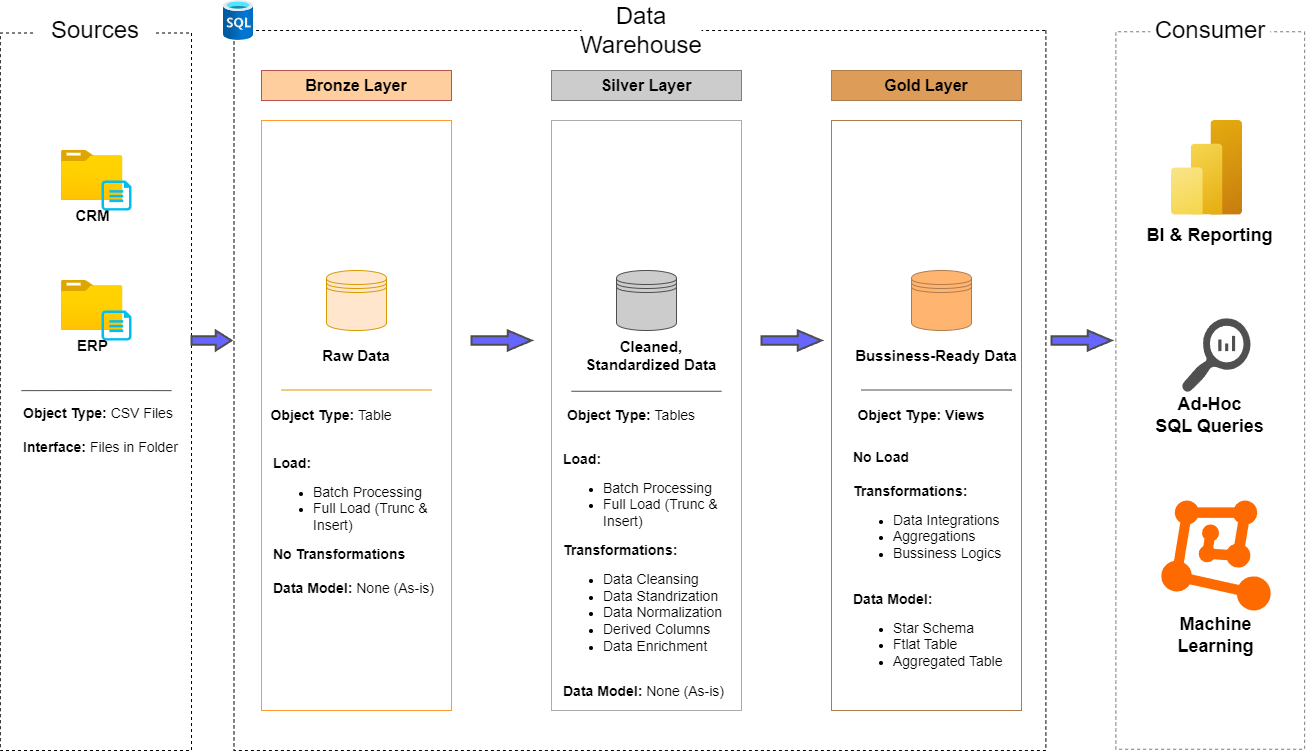
Earlier version of the draw.io export docs/DWP Architecture.png (ioannischon/Data_Warehouse_Project_SQL). Source tidied: cells renumbered, new cells last; positions are measured from the earlier drawing's top-left corner, leaving out a move shared by most shapes. Source of this version:
```xml
<mxGraphModel background="#ffffff">
  <root>
    <mxCell id="0" />
    <mxCell id="1" parent="0" />
    <mxCell id="2" style="rounded=0;whiteSpace=wrap;html=1;rotation=90;fillColor=none;dashed=1;" parent="1" vertex="1">
      <mxGeometry x="-0.4" y="311.6" width="717.5" height="191.2" as="geometry" />
    </mxCell>
    <mxCell id="3" style="rounded=0;whiteSpace=wrap;html=1;rotation=90;fillColor=none;dashed=1;" parent="1" vertex="1">
      <mxGeometry x="542.5" y="0.1" width="720" height="811.9" as="geometry" />
    </mxCell>
    <mxCell id="4" style="rounded=0;whiteSpace=wrap;html=1;rotation=90;fillColor=none;dashed=1;strokeColor=light-dark(#7d7d7d, #3e3e3e);" parent="1" vertex="1">
      <mxGeometry x="1114" y="311.6" width="717.5" height="188.8" as="geometry" />
    </mxCell>
    <mxCell id="5" value="&lt;font style=&quot;font-size: 24px;&quot;&gt;Sources&lt;/font&gt;" style="rounded=1;whiteSpace=wrap;html=1;fillColor=default;strokeColor=none;" parent="1" vertex="1">
      <mxGeometry x="298.4" y="26" width="120" height="40" as="geometry" />
    </mxCell>
    <mxCell id="6" value="&lt;font style=&quot;font-size: 24px;&quot;&gt;Consumer&lt;/font&gt;" style="rounded=1;whiteSpace=wrap;html=1;fillColor=default;strokeColor=none;" parent="1" vertex="1">
      <mxGeometry x="1412.8" y="26" width="120" height="40" as="geometry" />
    </mxCell>
    <mxCell id="7" value="&lt;font style=&quot;font-size: 24px;&quot;&gt;Data Warehouse&lt;/font&gt;" style="rounded=1;whiteSpace=wrap;html=1;fillColor=default;strokeColor=none;" parent="1" vertex="1">
      <mxGeometry x="844" y="26" width="120" height="40" as="geometry" />
    </mxCell>
    <mxCell id="8" value="&lt;font style=&quot;font-size: 16px;&quot;&gt;Bronze Layer&lt;/font&gt;" style="rounded=0;whiteSpace=wrap;html=1;fillColor=#FFCE9F;strokeColor=#b85450;fontStyle=1;fontSize=15;gradientColor=none;" parent="1" vertex="1">
      <mxGeometry x="524" y="86" width="190" height="30" as="geometry" />
    </mxCell>
    <mxCell id="9" style="rounded=0;whiteSpace=wrap;html=1;fillColor=none;strokeColor=light-dark(#FF9933,#EDEDED);" parent="1" vertex="1">
      <mxGeometry x="524" y="136" width="190" height="590" as="geometry" />
    </mxCell>
    <mxCell id="10" value="&lt;font style=&quot;font-size: 16px;&quot;&gt;Silver Layer&lt;/font&gt;" style="rounded=0;whiteSpace=wrap;html=1;fontSize=15;fontStyle=1;strokeColor=light-dark(#7d7d7d, #3e3e3e);fillColor=#CCCCCC;" parent="1" vertex="1">
      <mxGeometry x="814" y="86" width="190" height="30" as="geometry" />
    </mxCell>
    <mxCell id="11" value="&lt;font style=&quot;font-size: 16px;&quot;&gt;Gold Layer&lt;/font&gt;" style="rounded=0;whiteSpace=wrap;html=1;fontSize=15;fontStyle=1;fillColor=#DE9C59;strokeColor=#AD7B4C;" parent="1" vertex="1">
      <mxGeometry x="1094" y="86" width="190" height="30" as="geometry" />
    </mxCell>
    <mxCell id="12" style="rounded=0;whiteSpace=wrap;html=1;fillColor=none;strokeColor=#ABABAB;" parent="1" vertex="1">
      <mxGeometry x="814" y="136" width="190" height="590" as="geometry" />
    </mxCell>
    <mxCell id="13" style="rounded=0;whiteSpace=wrap;html=1;fillColor=none;strokeColor=#AD7B4C;" parent="1" vertex="1">
      <mxGeometry x="1094" y="136" width="190" height="590" as="geometry" />
    </mxCell>
    <mxCell id="14" value="&lt;font style=&quot;font-size: 15px;&quot;&gt;&lt;b&gt;CRM&lt;/b&gt;&lt;/font&gt;" style="image;html=1;align=center;fontSize=12;image=img/lib/azure2/general/Folder_Blank.svg;" parent="1" vertex="1">
      <mxGeometry x="323.9" y="166" width="61.6" height="50" as="geometry" />
    </mxCell>
    <mxCell id="15" style="verticalLabelPosition=bottom;html=1;verticalAlign=top;align=center;strokeColor=none;fillColor=#00BEF2;shape=mxgraph.azure.cloud_services_configuration_file;" parent="1" vertex="1">
      <mxGeometry x="364" y="196" width="30" height="30" as="geometry" />
    </mxCell>
    <mxCell id="16" value="&lt;font style=&quot;font-size: 15px;&quot;&gt;&lt;b&gt;ERP&lt;/b&gt;&lt;/font&gt;" style="image;html=1;align=center;fontSize=12;image=img/lib/azure2/general/Folder_Blank.svg;" parent="1" vertex="1">
      <mxGeometry x="323.9" y="296" width="61.6" height="50" as="geometry" />
    </mxCell>
    <mxCell id="17" style="verticalLabelPosition=bottom;html=1;verticalAlign=top;align=center;strokeColor=none;fillColor=#00BEF2;shape=mxgraph.azure.cloud_services_configuration_file;" parent="1" vertex="1">
      <mxGeometry x="364" y="326" width="30" height="30" as="geometry" />
    </mxCell>
    <mxCell id="18" style="endArrow=none;html=1;rounded=0;exitX=0.465;exitY=0.87;exitDx=0;exitDy=0;exitPerimeter=0;entryX=0.465;entryY=0.085;entryDx=0;entryDy=0;entryPerimeter=0;strokeColor=#4D4D4D;" parent="1" edge="1">
      <mxGeometry relative="1" as="geometry">
        <mxPoint x="283.9" y="406.1" as="sourcePoint" />
        <mxPoint x="434" y="406.1" as="targetPoint" />
        <Array as="points">
          <mxPoint x="360.3" y="406" />
        </Array>
      </mxGeometry>
    </mxCell>
    <mxCell id="19" value="&lt;font style=&quot;font-size: 14px;&quot;&gt;&lt;b&gt;Object Type: &lt;/b&gt;CSV Files&lt;b&gt;&amp;nbsp;&lt;/b&gt;&lt;/font&gt;&lt;div&gt;&lt;font style=&quot;font-size: 14px;&quot;&gt;&lt;b&gt;&lt;br&gt;&lt;/b&gt;&lt;/font&gt;&lt;div&gt;&lt;font style=&quot;font-size: 14px;&quot;&gt;&lt;b&gt;Interface: &lt;/b&gt;Files in Folder&lt;/font&gt;&lt;/div&gt;&lt;/div&gt;" style="text;html=1;align=left;verticalAlign=middle;whiteSpace=wrap;rounded=0;" parent="1" vertex="1">
      <mxGeometry x="283.9" y="366" width="190.1" height="160" as="geometry" />
    </mxCell>
    <mxCell id="20" style="shape=datastore;whiteSpace=wrap;html=1;strokeColor=#d79b00;fillColor=#ffe6cc;" parent="1" vertex="1">
      <mxGeometry x="589" y="286" width="60" height="60" as="geometry" />
    </mxCell>
    <mxCell id="21" style="shape=datastore;whiteSpace=wrap;html=1;strokeColor=#AD7B4C;fillColor=#FFB570;" parent="1" vertex="1">
      <mxGeometry x="1174" y="286" width="60" height="60" as="geometry" />
    </mxCell>
    <mxCell id="22" style="shape=datastore;whiteSpace=wrap;html=1;fillColor=#CCCCCC;strokeColor=#4D4D4D;fontColor=#333333;" parent="1" vertex="1">
      <mxGeometry x="879" y="286" width="60" height="60" as="geometry" />
    </mxCell>
    <mxCell id="23" style="shape=mxgraph.arrows.arrow_right;html=1;verticalLabelPosition=bottom;verticalAlign=top;strokeWidth=2;strokeColor=#4D4D4D;fillColor=#6666FF;" parent="1" vertex="1">
      <mxGeometry x="454" y="346" width="40" height="20" as="geometry" />
    </mxCell>
    <mxCell id="24" style="shape=mxgraph.arrows.arrow_right;html=1;verticalLabelPosition=bottom;verticalAlign=top;strokeWidth=2;strokeColor=#4D4D4D;fillColor=#6666FF;" parent="1" vertex="1">
      <mxGeometry x="1024" y="346" width="60" height="20" as="geometry" />
    </mxCell>
    <mxCell id="25" style="shape=mxgraph.arrows.arrow_right;html=1;verticalLabelPosition=bottom;verticalAlign=top;strokeWidth=2;strokeColor=#4D4D4D;fillColor=#6666FF;" parent="1" vertex="1">
      <mxGeometry x="734" y="346" width="60" height="20" as="geometry" />
    </mxCell>
    <mxCell id="26" style="shape=mxgraph.arrows.arrow_right;html=1;verticalLabelPosition=bottom;verticalAlign=top;strokeWidth=2;strokeColor=#4D4D4D;fillColor=#6666FF;" parent="1" vertex="1">
      <mxGeometry x="1314" y="346" width="60" height="20" as="geometry" />
    </mxCell>
    <mxCell id="27" value="&lt;b&gt;&lt;font style=&quot;font-size: 15px;&quot;&gt;Raw Data&lt;/font&gt;&lt;/b&gt;" style="text;html=1;align=center;verticalAlign=middle;whiteSpace=wrap;rounded=0;" parent="1" vertex="1">
      <mxGeometry x="564" y="356" width="110" height="30" as="geometry" />
    </mxCell>
    <mxCell id="28" value="&lt;b&gt;&lt;font style=&quot;font-size: 15px;&quot;&gt;Bussiness-Ready Data&lt;/font&gt;&lt;/b&gt;" style="text;html=1;align=center;verticalAlign=middle;whiteSpace=wrap;rounded=0;" parent="1" vertex="1">
      <mxGeometry x="1114" y="356" width="170" height="30" as="geometry" />
    </mxCell>
    <mxCell id="29" value="&lt;b&gt;&lt;font style=&quot;font-size: 15px;&quot;&gt;Cleaned, Standardized Data&lt;/font&gt;&lt;/b&gt;" style="text;html=1;align=center;verticalAlign=middle;whiteSpace=wrap;rounded=0;" parent="1" vertex="1">
      <mxGeometry x="844" y="356" width="140" height="30" as="geometry" />
    </mxCell>
    <mxCell id="30" value="&lt;font style=&quot;font-size: 14px;&quot;&gt;&lt;b&gt;Object Type: &lt;/b&gt;Table&lt;/font&gt;" style="text;html=1;align=center;verticalAlign=middle;whiteSpace=wrap;rounded=0;" parent="1" vertex="1">
      <mxGeometry x="524" y="416" width="140" height="30" as="geometry" />
    </mxCell>
    <mxCell id="31" value="&lt;b&gt;&lt;font style=&quot;font-size: 14px;&quot;&gt;Load:&lt;/font&gt;&lt;/b&gt;&lt;div&gt;&lt;ul&gt;&lt;li&gt;&lt;font style=&quot;font-size: 14px;&quot;&gt;Batch Processing&lt;/font&gt;&lt;/li&gt;&lt;li style=&quot;&quot;&gt;&lt;font style=&quot;font-size: 14px;&quot;&gt;Full Load (Trunc &amp;amp; Insert)&lt;/font&gt;&lt;/li&gt;&lt;/ul&gt;&lt;div&gt;&lt;b&gt;&lt;font style=&quot;font-size: 14px;&quot;&gt;No Transformations&amp;nbsp;&lt;/font&gt;&lt;/b&gt;&lt;/div&gt;&lt;/div&gt;&lt;div&gt;&lt;b&gt;&lt;font style=&quot;font-size: 14px;&quot;&gt;&lt;br&gt;&lt;/font&gt;&lt;/b&gt;&lt;/div&gt;&lt;div&gt;&lt;font style=&quot;font-size: 14px;&quot;&gt;&lt;b&gt;Data Model: &lt;/b&gt;None (As-is)&lt;/font&gt;&lt;/div&gt;" style="text;html=1;align=left;verticalAlign=middle;whiteSpace=wrap;rounded=0;" parent="1" vertex="1">
      <mxGeometry x="534" y="426" width="170" height="230" as="geometry" />
    </mxCell>
    <mxCell id="32" style="endArrow=none;html=1;rounded=0;exitX=0.465;exitY=0.87;exitDx=0;exitDy=0;exitPerimeter=0;entryX=0.465;entryY=0.085;entryDx=0;entryDy=0;entryPerimeter=0;strokeColor=#d79b00;fillColor=#ffe6cc;" parent="1" edge="1">
      <mxGeometry relative="1" as="geometry">
        <mxPoint x="544" y="405.5" as="sourcePoint" />
        <mxPoint x="694" y="405.5" as="targetPoint" />
      </mxGeometry>
    </mxCell>
    <mxCell id="33" style="endArrow=none;html=1;rounded=0;exitX=0.465;exitY=0.87;exitDx=0;exitDy=0;exitPerimeter=0;entryX=0.465;entryY=0.085;entryDx=0;entryDy=0;entryPerimeter=0;strokeColor=#4D4D4D;" parent="1" edge="1">
      <mxGeometry relative="1" as="geometry">
        <mxPoint x="834" y="406.8" as="sourcePoint" />
        <mxPoint x="984" y="406.8" as="targetPoint" />
      </mxGeometry>
    </mxCell>
    <mxCell id="34" style="endArrow=none;html=1;rounded=0;exitX=0.465;exitY=0.87;exitDx=0;exitDy=0;exitPerimeter=0;entryX=0.465;entryY=0.085;entryDx=0;entryDy=0;entryPerimeter=0;strokeColor=#4D4D4D;" parent="1" edge="1">
      <mxGeometry relative="1" as="geometry">
        <mxPoint x="1124" y="405.5" as="sourcePoint" />
        <mxPoint x="1274" y="405.5" as="targetPoint" />
      </mxGeometry>
    </mxCell>
    <mxCell id="35" value="&lt;b&gt;&lt;font style=&quot;font-size: 14px;&quot;&gt;Object Type: Views&lt;/font&gt;&lt;/b&gt;" style="text;html=1;align=center;verticalAlign=middle;whiteSpace=wrap;rounded=0;" parent="1" vertex="1">
      <mxGeometry x="1114" y="416" width="140" height="30" as="geometry" />
    </mxCell>
    <mxCell id="36" value="&lt;font style=&quot;font-size: 14px;&quot;&gt;&lt;b&gt;Object Type: &lt;/b&gt;Tables&lt;/font&gt;" style="text;html=1;align=center;verticalAlign=middle;whiteSpace=wrap;rounded=0;" parent="1" vertex="1">
      <mxGeometry x="824" y="416" width="140" height="30" as="geometry" />
    </mxCell>
    <mxCell id="37" value="&lt;b&gt;&lt;font style=&quot;font-size: 14px;&quot;&gt;Load:&lt;/font&gt;&lt;/b&gt;&lt;div&gt;&lt;ul&gt;&lt;li&gt;&lt;font style=&quot;font-size: 14px;&quot;&gt;Batch Processing&lt;/font&gt;&lt;/li&gt;&lt;li style=&quot;&quot;&gt;&lt;font style=&quot;font-size: 14px;&quot;&gt;Full Load (Trunc &amp;amp; Insert)&lt;/font&gt;&lt;/li&gt;&lt;/ul&gt;&lt;div&gt;&lt;b&gt;&lt;font style=&quot;font-size: 14px;&quot;&gt;Transformations:&lt;/font&gt;&lt;/b&gt;&lt;/div&gt;&lt;div&gt;&lt;ul&gt;&lt;li&gt;&lt;font style=&quot;font-size: 14px;&quot;&gt;Data Cleansing&lt;/font&gt;&lt;/li&gt;&lt;li&gt;&lt;font style=&quot;font-size: 14px;&quot;&gt;Data Standrization&lt;/font&gt;&lt;/li&gt;&lt;li&gt;&lt;font style=&quot;font-size: 14px;&quot;&gt;Data Normalization&lt;/font&gt;&lt;/li&gt;&lt;li&gt;&lt;font style=&quot;font-size: 14px;&quot;&gt;Derived Columns&lt;/font&gt;&lt;/li&gt;&lt;li&gt;&lt;font style=&quot;font-size: 14px;&quot;&gt;Data Enrichment&lt;/font&gt;&lt;/li&gt;&lt;/ul&gt;&lt;/div&gt;&lt;/div&gt;&lt;div&gt;&lt;b&gt;&lt;font style=&quot;font-size: 14px;&quot;&gt;&lt;br&gt;&lt;/font&gt;&lt;/b&gt;&lt;/div&gt;&lt;div&gt;&lt;font style=&quot;font-size: 14px;&quot;&gt;&lt;b&gt;Data Model: &lt;/b&gt;None (As-is)&lt;/font&gt;&lt;/div&gt;" style="text;html=1;align=left;verticalAlign=middle;whiteSpace=wrap;rounded=0;" parent="1" vertex="1">
      <mxGeometry x="824" y="476" width="170" height="230" as="geometry" />
    </mxCell>
    <mxCell id="38" value="&lt;b&gt;&lt;font style=&quot;font-size: 14px;&quot;&gt;No Load&lt;/font&gt;&lt;/b&gt;&lt;div&gt;&lt;span style=&quot;font-size: 14px;&quot;&gt;&lt;b&gt;&lt;br&gt;&lt;/b&gt;&lt;/span&gt;&lt;div&gt;&lt;div&gt;&lt;b&gt;&lt;font style=&quot;font-size: 14px;&quot;&gt;Transformations:&lt;/font&gt;&lt;/b&gt;&lt;/div&gt;&lt;div&gt;&lt;ul&gt;&lt;li&gt;&lt;font style=&quot;font-size: 14px;&quot;&gt;Data Integrations&lt;/font&gt;&lt;/li&gt;&lt;li&gt;&lt;font style=&quot;font-size: 14px;&quot;&gt;Aggregations&lt;/font&gt;&lt;/li&gt;&lt;li&gt;&lt;font style=&quot;font-size: 14px;&quot;&gt;Bussiness Logics&lt;/font&gt;&lt;/li&gt;&lt;/ul&gt;&lt;/div&gt;&lt;/div&gt;&lt;div&gt;&lt;b&gt;&lt;font style=&quot;font-size: 14px;&quot;&gt;&lt;br&gt;&lt;/font&gt;&lt;/b&gt;&lt;/div&gt;&lt;div&gt;&lt;font style=&quot;font-size: 14px;&quot;&gt;&lt;b&gt;Data Model:&amp;nbsp;&lt;/b&gt;&lt;/font&gt;&lt;/div&gt;&lt;/div&gt;&lt;div&gt;&lt;ul&gt;&lt;li&gt;&lt;font style=&quot;font-size: 14px;&quot;&gt;Star Schema&lt;/font&gt;&lt;/li&gt;&lt;li&gt;&lt;font style=&quot;font-size: 14px;&quot;&gt;Ftlat Table&lt;/font&gt;&lt;/li&gt;&lt;li&gt;&lt;font style=&quot;font-size: 14px;&quot;&gt;Aggregated Table&lt;/font&gt;&lt;/li&gt;&lt;/ul&gt;&lt;/div&gt;" style="text;html=1;align=left;verticalAlign=middle;whiteSpace=wrap;rounded=0;" parent="1" vertex="1">
      <mxGeometry x="1114" y="466" width="170" height="230" as="geometry" />
    </mxCell>
    <mxCell id="39" style="image;html=1;align=center;fontSize=12;image=img/lib/azure2/analytics/Power_BI_Embedded.svg;" parent="1" vertex="1">
      <mxGeometry x="1434" y="136" width="71" height="94.7" as="geometry" />
    </mxCell>
    <mxCell id="40" style="sketch=0;shadow=0;dashed=0;html=1;strokeColor=none;labelPosition=center;verticalLabelPosition=bottom;verticalAlign=top;align=center;fillColor=#505050;shape=mxgraph.mscae.oms.log_search;" parent="1" vertex="1">
      <mxGeometry x="1444" y="333.8" width="69" height="74.4" as="geometry" />
    </mxCell>
    <mxCell id="41" style="html=1;align=center;shadow=0;dashed=0;fillColor=#FF6A00;strokeColor=none;shape=mxgraph.alibaba_cloud.machine_learning;" parent="1" vertex="1">
      <mxGeometry x="1423.8" y="516" width="109.3" height="110" as="geometry" />
    </mxCell>
    <mxCell id="42" value="&lt;b&gt;&lt;font style=&quot;font-size: 18px;&quot;&gt;BI &amp;amp; Reporting&lt;/font&gt;&lt;/b&gt;" style="text;html=1;align=center;verticalAlign=middle;whiteSpace=wrap;rounded=0;" parent="1" vertex="1">
      <mxGeometry x="1402.1" y="236" width="141.2" height="30" as="geometry" />
    </mxCell>
    <mxCell id="43" value="&lt;b&gt;&lt;font style=&quot;font-size: 18px;&quot;&gt;Ad-Hoc&lt;/font&gt;&lt;/b&gt;&lt;div&gt;&lt;b&gt;&lt;font style=&quot;font-size: 18px;&quot;&gt;SQL Queries&lt;/font&gt;&lt;/b&gt;&lt;/div&gt;" style="text;html=1;align=center;verticalAlign=middle;whiteSpace=wrap;rounded=0;" parent="1" vertex="1">
      <mxGeometry x="1402.1" y="416" width="141.2" height="30" as="geometry" />
    </mxCell>
    <mxCell id="44" value="&lt;b&gt;&lt;font style=&quot;font-size: 18px;&quot;&gt;Machine Learning&lt;/font&gt;&lt;/b&gt;" style="text;html=1;align=center;verticalAlign=middle;whiteSpace=wrap;rounded=0;" parent="1" vertex="1">
      <mxGeometry x="1407.9" y="636" width="141.2" height="30" as="geometry" />
    </mxCell>
    <mxCell id="45" style="image;html=1;align=center;fontSize=12;image=img/lib/azure2/databases/SQL_Database.svg;" parent="1" vertex="1">
      <mxGeometry x="486" y="16" width="30" height="40" as="geometry" />
    </mxCell>
  </root>
</mxGraphModel>
```
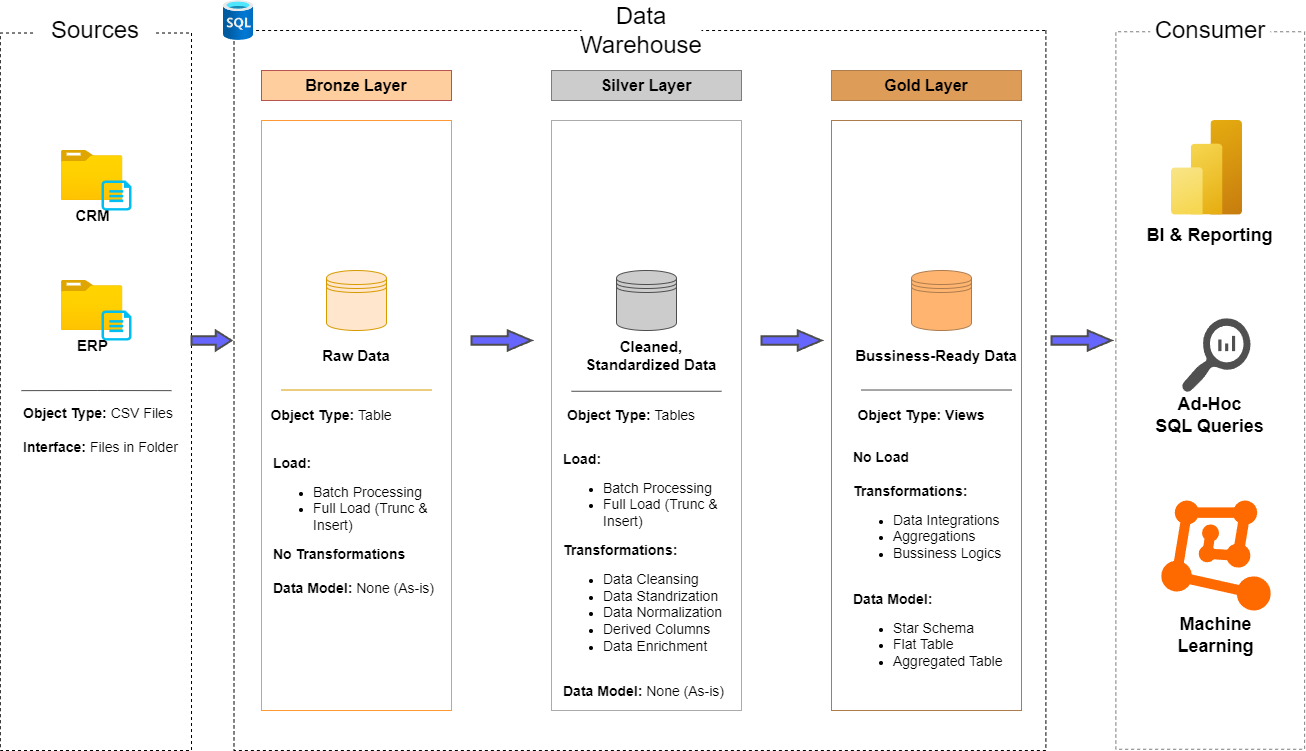
Above is the later version.

What changed in the source:
```diff
@@ -125,7 +125,7 @@
     <mxCell id="37" value="&lt;b&gt;&lt;font style=&quot;font-size: 14px;&quot;&gt;Load:&lt;/font&gt;&lt;/b&gt;&lt;div&gt;&lt;ul&gt;&lt;li&gt;&lt;font style=&quot;font-size: 14px;&quot;&gt;Batch Processing&lt;/font&gt;&lt;/li&gt;&lt;li style=&quot;&quot;&gt;&lt;font style=&quot;font-size: 14px;&quot;&gt;Full Load (Trunc &amp;amp; Insert)&lt;/font&gt;&lt;/li&gt;&lt;/ul&gt;&lt;div&gt;&lt;b&gt;&lt;font style=&quot;font-size: 14px;&quot;&gt;Transformations:&lt;/font&gt;&lt;/b&gt;&lt;/div&gt;&lt;div&gt;&lt;ul&gt;&lt;li&gt;&lt;font style=&quot;font-size: 14px;&quot;&gt;Data Cleansing&lt;/font&gt;&lt;/li&gt;&lt;li&gt;&lt;font style=&quot;font-size: 14px;&quot;&gt;Data Standrization&lt;/font&gt;&lt;/li&gt;&lt;li&gt;&lt;font style=&quot;font-size: 14px;&quot;&gt;Data Normalization&lt;/font&gt;&lt;/li&gt;&lt;li&gt;&lt;font style=&quot;font-size: 14px;&quot;&gt;Derived Columns&lt;/font&gt;&lt;/li&gt;&lt;li&gt;&lt;font style=&quot;font-size: 14px;&quot;&gt;Data Enrichment&lt;/font&gt;&lt;/li&gt;&lt;/ul&gt;&lt;/div&gt;&lt;/div&gt;&lt;div&gt;&lt;b&gt;&lt;font style=&quot;font-size: 14px;&quot;&gt;&lt;br&gt;&lt;/font&gt;&lt;/b&gt;&lt;/div&gt;&lt;div&gt;&lt;font style=&quot;font-size: 14px;&quot;&gt;&lt;b&gt;Data Model: &lt;/b&gt;None (As-is)&lt;/font&gt;&lt;/div&gt;" style="text;html=1;align=left;verticalAlign=middle;whiteSpace=wrap;rounded=0;" parent="1" vertex="1">
       <mxGeometry x="824" y="476" width="170" height="230" as="geometry" />
     </mxCell>
-    <mxCell id="38" value="&lt;b&gt;&lt;font style=&quot;font-size: 14px;&quot;&gt;No Load&lt;/font&gt;&lt;/b&gt;&lt;div&gt;&lt;span style=&quot;font-size: 14px;&quot;&gt;&lt;b&gt;&lt;br&gt;&lt;/b&gt;&lt;/span&gt;&lt;div&gt;&lt;div&gt;&lt;b&gt;&lt;font style=&quot;font-size: 14px;&quot;&gt;Transformations:&lt;/font&gt;&lt;/b&gt;&lt;/div&gt;&lt;div&gt;&lt;ul&gt;&lt;li&gt;&lt;font style=&quot;font-size: 14px;&quot;&gt;Data Integrations&lt;/font&gt;&lt;/li&gt;&lt;li&gt;&lt;font style=&quot;font-size: 14px;&quot;&gt;Aggregations&lt;/font&gt;&lt;/li&gt;&lt;li&gt;&lt;font style=&quot;font-size: 14px;&quot;&gt;Bussiness Logics&lt;/font&gt;&lt;/li&gt;&lt;/ul&gt;&lt;/div&gt;&lt;/div&gt;&lt;div&gt;&lt;b&gt;&lt;font style=&quot;font-size: 14px;&quot;&gt;&lt;br&gt;&lt;/font&gt;&lt;/b&gt;&lt;/div&gt;&lt;div&gt;&lt;font style=&quot;font-size: 14px;&quot;&gt;&lt;b&gt;Data Model:&amp;nbsp;&lt;/b&gt;&lt;/font&gt;&lt;/div&gt;&lt;/div&gt;&lt;div&gt;&lt;ul&gt;&lt;li&gt;&lt;font style=&quot;font-size: 14px;&quot;&gt;Star Schema&lt;/font&gt;&lt;/li&gt;&lt;li&gt;&lt;font style=&quot;font-size: 14px;&quot;&gt;Ftlat Table&lt;/font&gt;&lt;/li&gt;&lt;li&gt;&lt;font style=&quot;font-size: 14px;&quot;&gt;Aggregated Table&lt;/font&gt;&lt;/li&gt;&lt;/ul&gt;&lt;/div&gt;" style="text;html=1;align=left;verticalAlign=middle;whiteSpace=wrap;rounded=0;" parent="1" vertex="1">
+    <mxCell id="38" value="&lt;b&gt;&lt;font style=&quot;font-size: 14px;&quot;&gt;No Load&lt;/font&gt;&lt;/b&gt;&lt;div&gt;&lt;span style=&quot;font-size: 14px;&quot;&gt;&lt;b&gt;&lt;br&gt;&lt;/b&gt;&lt;/span&gt;&lt;div&gt;&lt;div&gt;&lt;b&gt;&lt;font style=&quot;font-size: 14px;&quot;&gt;Transformations:&lt;/font&gt;&lt;/b&gt;&lt;/div&gt;&lt;div&gt;&lt;ul&gt;&lt;li&gt;&lt;font style=&quot;font-size: 14px;&quot;&gt;Data Integrations&lt;/font&gt;&lt;/li&gt;&lt;li&gt;&lt;font style=&quot;font-size: 14px;&quot;&gt;Aggregations&lt;/font&gt;&lt;/li&gt;&lt;li&gt;&lt;font style=&quot;font-size: 14px;&quot;&gt;Bussiness Logics&lt;/font&gt;&lt;/li&gt;&lt;/ul&gt;&lt;/div&gt;&lt;/div&gt;&lt;div&gt;&lt;b&gt;&lt;font style=&quot;font-size: 14px;&quot;&gt;&lt;br&gt;&lt;/font&gt;&lt;/b&gt;&lt;/div&gt;&lt;div&gt;&lt;font style=&quot;font-size: 14px;&quot;&gt;&lt;b&gt;Data Model:&amp;nbsp;&lt;/b&gt;&lt;/font&gt;&lt;/div&gt;&lt;/div&gt;&lt;div&gt;&lt;ul&gt;&lt;li&gt;&lt;font style=&quot;font-size: 14px;&quot;&gt;Star Schema&lt;/font&gt;&lt;/li&gt;&lt;li&gt;&lt;font style=&quot;font-size: 14px;&quot;&gt;Flat Table&lt;/font&gt;&lt;/li&gt;&lt;li&gt;&lt;font style=&quot;font-size: 14px;&quot;&gt;Aggregated Table&lt;/font&gt;&lt;/li&gt;&lt;/ul&gt;&lt;/div&gt;" style="text;html=1;align=left;verticalAlign=middle;whiteSpace=wrap;rounded=0;" parent="1" vertex="1">
       <mxGeometry x="1114" y="466" width="170" height="230" as="geometry" />
     </mxCell>
     <mxCell id="39" style="image;html=1;align=center;fontSize=12;image=img/lib/azure2/analytics/Power_BI_Embedded.svg;" parent="1" vertex="1">
```
